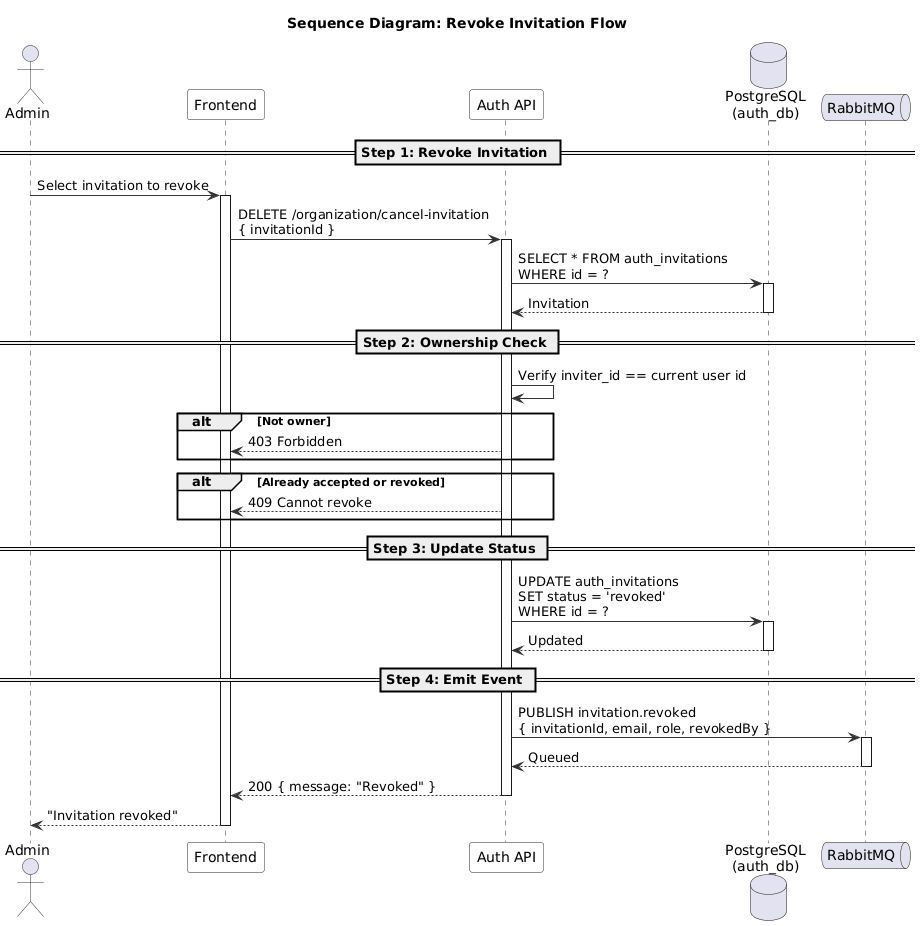
This is modules/dist/auth/images/sequence/revoke-invitation-sequence.png from namnh240795/document, a PlantUML export, as it was before one commit. Source of this version:
```plantuml
@startuml

skinparam sequence {
  ArrowColor #333333
  ActorBorderColor #333333
  LifeLineBorderColor #333333
  ParticipantBackgroundColor #F8F8F8
  ParticipantBorderColor #333333
}

title Sequence Diagram: Revoke Invitation Flow

actor Admin
participant "Frontend" as FE
participant "Auth API" as API
database "PostgreSQL\n(auth_db)" as DB
queue "RabbitMQ" as MQ

== Step 1: Revoke Invitation ==

Admin -> FE : Select invitation to revoke
activate FE

FE -> API : DELETE /organization/cancel-invitation\n{ invitationId }
activate API

API -> DB : SELECT * FROM auth_invitations\nWHERE id = ?
activate DB
DB --> API : Invitation
deactivate DB

== Step 2: Ownership Check ==

API -> API : Verify inviter_id == current user id

alt Not owner
  API --> FE : 403 Forbidden
end

alt Already accepted or revoked
  API --> FE : 409 Cannot revoke
end

== Step 3: Update Status ==

API -> DB : UPDATE auth_invitations\nSET status = 'revoked'\nWHERE id = ?
activate DB
DB --> API : Updated
deactivate DB

== Step 4: Emit Event ==

API -> MQ : PUBLISH invitation.revoked\n{ invitationId, email, role, revokedBy }
activate MQ
MQ --> API : Queued
deactivate MQ

API --> FE : 200 { message: "Revoked" }
deactivate API

FE --> Admin : "Invitation revoked"
deactivate FE

@enduml
```
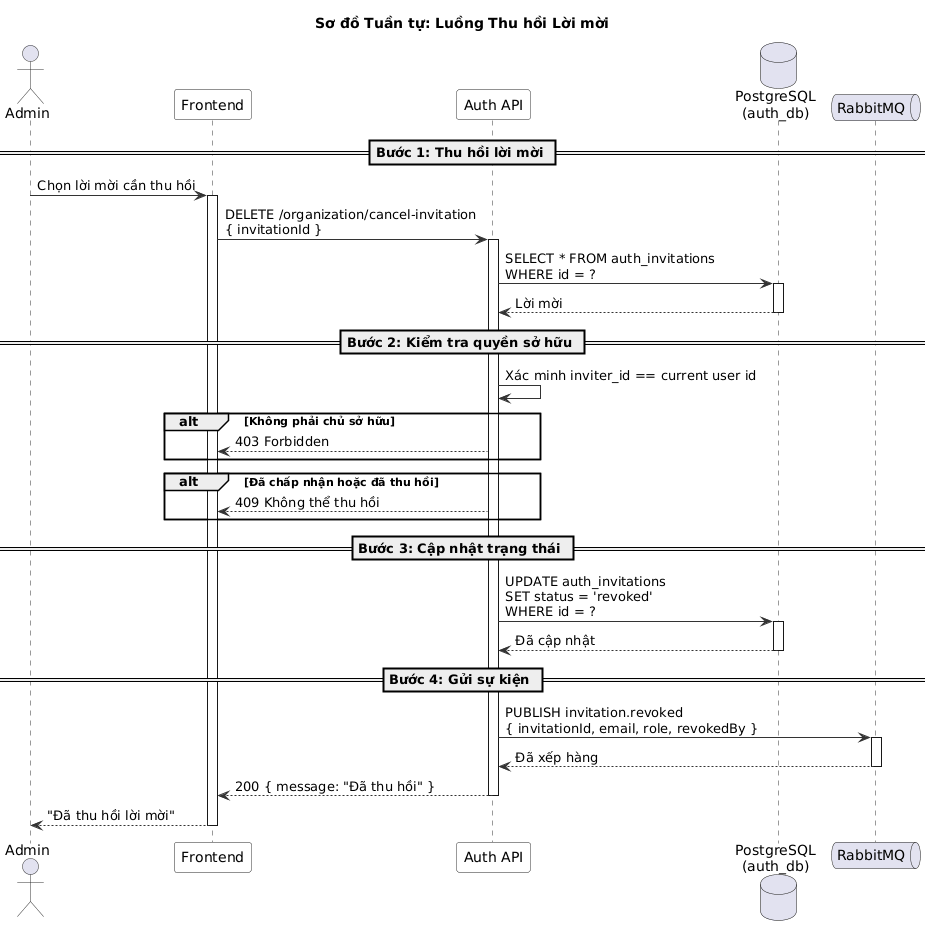
Above is the later version.

Change to the diagram source:
```diff
@@ -8,7 +8,7 @@
   ParticipantBorderColor #333333
 }
 
-title Sequence Diagram: Revoke Invitation Flow
+title Sơ đồ Tuần tự: Luồng Thu hồi Lời mời
 
 actor Admin
 participant "Frontend" as FE
@@ -16,9 +16,9 @@
 database "PostgreSQL\n(auth_db)" as DB
 queue "RabbitMQ" as MQ
 
-== Step 1: Revoke Invitation ==
+== Bước 1: Thu hồi lời mời ==
 
-Admin -> FE : Select invitation to revoke
+Admin -> FE : Chọn lời mời cần thu hồi
 activate FE
 
 FE -> API : DELETE /organization/cancel-invitation\n{ invitationId }
@@ -26,39 +26,39 @@
 
 API -> DB : SELECT * FROM auth_invitations\nWHERE id = ?
 activate DB
-DB --> API : Invitation
+DB --> API : Lời mời
 deactivate DB
 
-== Step 2: Ownership Check ==
+== Bước 2: Kiểm tra quyền sở hữu ==
 
-API -> API : Verify inviter_id == current user id
+API -> API : Xác minh inviter_id == current user id
 
-alt Not owner
+alt Không phải chủ sở hữu
   API --> FE : 403 Forbidden
 end
 
-alt Already accepted or revoked
-  API --> FE : 409 Cannot revoke
+alt Đã chấp nhận hoặc đã thu hồi
+  API --> FE : 409 Không thể thu hồi
 end
 
-== Step 3: Update Status ==
+== Bước 3: Cập nhật trạng thái ==
 
 API -> DB : UPDATE auth_invitations\nSET status = 'revoked'\nWHERE id = ?
 activate DB
-DB --> API : Updated
+DB --> API : Đã cập nhật
 deactivate DB
 
-== Step 4: Emit Event ==
+== Bước 4: Gửi sự kiện ==
 
 API -> MQ : PUBLISH invitation.revoked\n{ invitationId, email, role, revokedBy }
 activate MQ
-MQ --> API : Queued
+MQ --> API : Đã xếp hàng
 deactivate MQ
 
-API --> FE : 200 { message: "Revoked" }
+API --> FE : 200 { message: "Đã thu hồi" }
 deactivate API
 
-FE --> Admin : "Invitation revoked"
+FE --> Admin : "Đã thu hồi lời mời"
 deactivate FE
 
 @enduml
```
